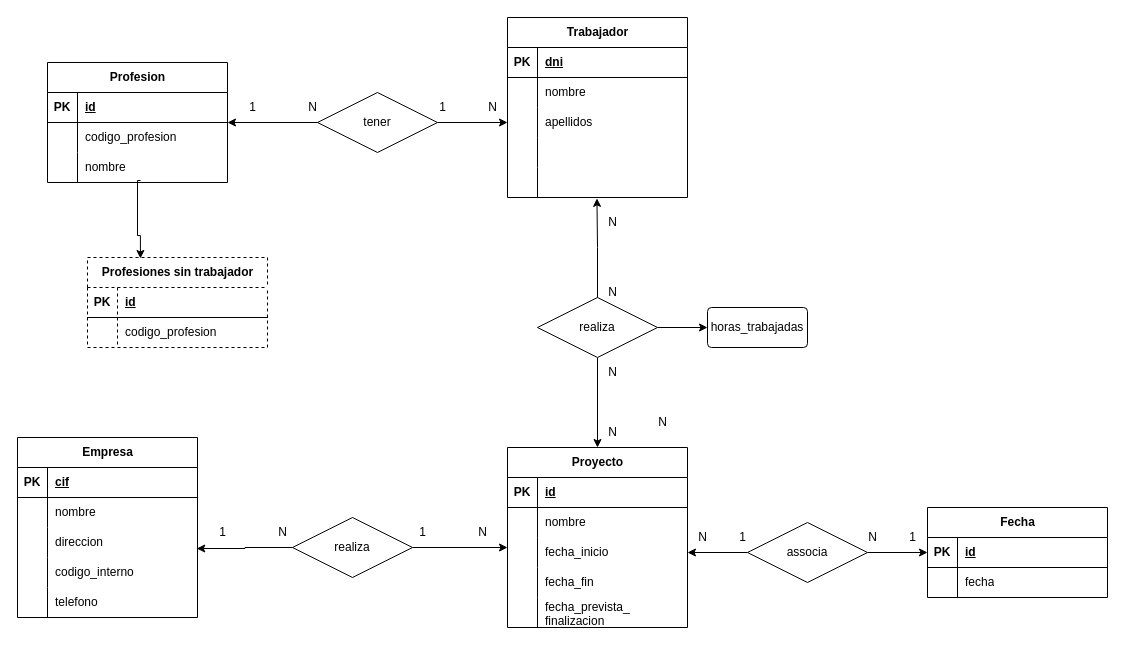
The draw.io diagram ej12.drawio in adriii28/amr-tsys-C3U12-11102023, before the edit. Source tidied: cells renumbered, new cells numbered last; positions are measured from the earlier drawing's top-left corner, leaving out a move shared by most shapes. Both pictures are drawn from the tidied source at 100%, with x=0, y=0 at pixel (17, 17).
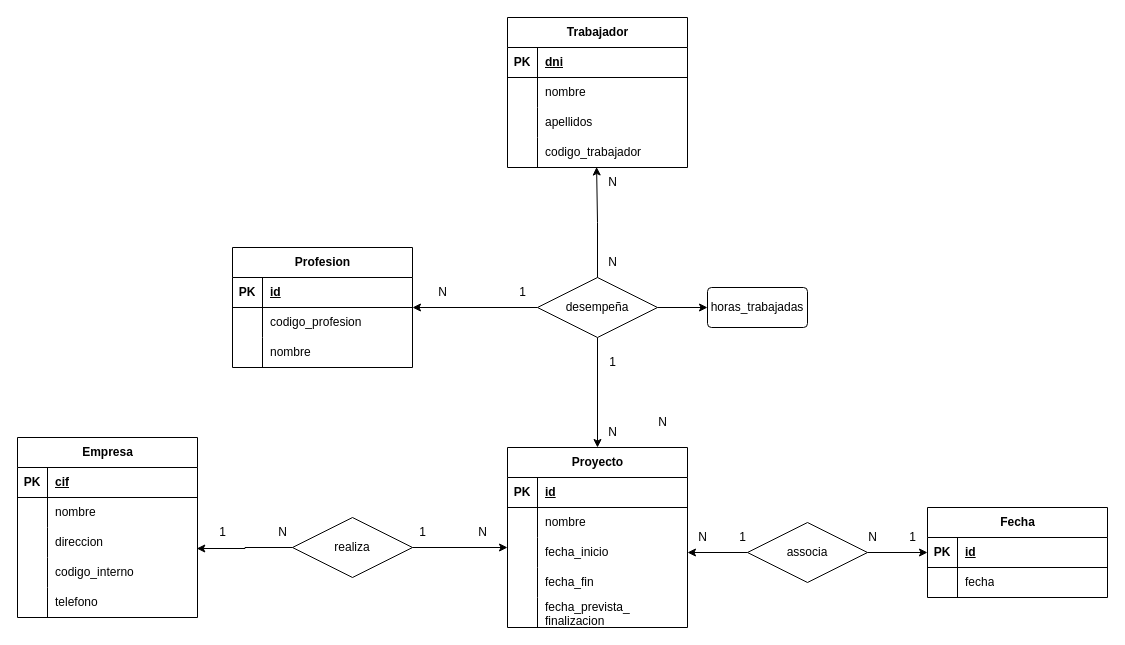
The same page after the edit.

Unchanged cells that the change refers to:
```xml
<mxCell id="10" style="shape=tableRow;horizontal=0;startSize=0;swimlaneHead=0;swimlaneBody=0;fillColor=none;points=[[0,0.5],[1,0.5]];portConstraint=eastwest;top=0;left=0;right=0;bottom=0;" parent="3" vertex="1">
  <mxGeometry y="90" width="180" height="30" as="geometry" />
</mxCell>
<mxCell id="20" style="shape=tableRow;horizontal=0;startSize=0;swimlaneHead=0;swimlaneBody=0;fillColor=none;points=[[0,0.5],[1,0.5]];portConstraint=eastwest;top=0;left=0;right=0;bottom=0;" parent="13" vertex="1">
  <mxGeometry y="90" width="180" height="30" as="geometry" />
</mxCell>
<mxCell id="23" style="shape=tableRow;horizontal=0;startSize=0;swimlaneHead=0;swimlaneBody=0;fillColor=none;points=[[0,0.5],[1,0.5]];portConstraint=eastwest;top=0;left=0;right=0;bottom=0;" parent="13" vertex="1">
  <mxGeometry y="120" width="180" height="30" as="geometry" />
</mxCell>
```

The edit, as a diff of the source:
```diff
@@
-    <mxCell id="2" style="edgeStyle=orthogonalEdgeStyle;rounded=0;jettySize=auto;html=1;exitX=0;exitY=0.5;exitDx=0;exitDy=0;" parent="1" edge="1" source="73" target="3">
+    <mxCell id="2" style="edgeStyle=orthogonalEdgeStyle;rounded=0;jettySize=auto;html=1;exitX=0;exitY=0.5;exitDx=0;exitDy=0;" parent="1" edge="1" source="67" target="3">
       <mxGeometry relative="1" as="geometry" />
     </mxCell>
     <mxCell id="3" value="Profesion" style="shape=table;startSize=30;childLayout=tableLayout;rowLines=0;fontStyle=1;align=center;html=1;" parent="1" vertex="1">
-      <mxGeometry x="30" y="45" width="180" height="120" as="geometry" />
+      <mxGeometry x="215" y="230" width="180" height="120" as="geometry" />
     </mxCell>
@@
     <mxCell id="13" value="Trabajador" style="shape=table;startSize=30;childLayout=tableLayout;rowLines=0;fontStyle=1;align=center;html=1;" parent="1" vertex="1">
-      <mxGeometry x="490" width="180" height="180" as="geometry" />
+      <mxGeometry x="490" width="180" height="150" as="geometry" />
     </mxCell>
@@
-    <mxCell id="25" style="shape=partialRectangle;fillColor=none;top=0;left=0;bottom=0;right=0;align=left;spacingLeft=6;overflow=hidden;whiteSpace=wrap;html=1;" parent="23" vertex="1">
+    <mxCell id="25" value="codigo_trabajador" style="shape=partialRectangle;fillColor=none;top=0;left=0;bottom=0;right=0;align=left;spacingLeft=6;overflow=hidden;whiteSpace=wrap;html=1;" parent="23" vertex="1">
       <mxGeometry x="30" width="150" height="30" as="geometry" />
     </mxCell>
-    <mxCell id="26" style="shape=tableRow;horizontal=0;startSize=0;swimlaneHead=0;swimlaneBody=0;fillColor=none;points=[[0,0.5],[1,0.5]];portConstraint=eastwest;top=0;left=0;right=0;bottom=0;" parent="13" vertex="1">
-      <mxGeometry y="150" width="180" height="30" as="geometry" />
-    </mxCell>
-    <mxCell id="27" style="shape=partialRectangle;fillColor=none;top=0;left=0;bottom=0;right=0;overflow=hidden;whiteSpace=wrap;html=1;" parent="26" vertex="1">
-      <mxGeometry width="30" height="30" as="geometry" />
-    </mxCell>
-    <mxCell id="28" style="shape=partialRectangle;fillColor=none;top=0;left=0;bottom=0;right=0;align=left;spacingLeft=6;overflow=hidden;whiteSpace=wrap;html=1;" parent="26" vertex="1">
-      <mxGeometry x="30" width="150" height="30" as="geometry" />
-    </mxCell>
@@
-    <mxCell id="67" value="realiza" style="shape=rhombus;perimeter=rhombusPerimeter;whiteSpace=wrap;html=1;align=center;" parent="1" vertex="1">
-      <mxGeometry x="520" y="280" width="120" height="60" as="geometry" />
+    <mxCell id="67" value="desempeña" style="shape=rhombus;perimeter=rhombusPerimeter;whiteSpace=wrap;html=1;align=center;" parent="1" vertex="1">
+      <mxGeometry x="520" y="260" width="120" height="60" as="geometry" />
     </mxCell>
-    <mxCell id="68" style="edgeStyle=orthogonalEdgeStyle;rounded=0;jettySize=auto;html=1;entryX=0.497;entryY=1.029;entryDx=0;entryDy=0;entryPerimeter=0;" parent="1" edge="1" source="67" target="26">
+    <mxCell id="68" style="edgeStyle=orthogonalEdgeStyle;rounded=0;jettySize=auto;html=1;entryX=0.495;entryY=0.983;entryDx=0;entryDy=0;entryPerimeter=0;" parent="1" edge="1" source="67" target="23">
       <mxGeometry relative="1" as="geometry" />
     </mxCell>
@@
     <mxCell id="70" value="horas_trabajadas" style="rounded=1;arcSize=10;whiteSpace=wrap;html=1;align=center;" parent="1" vertex="1">
-      <mxGeometry x="690" y="290" width="100" height="40" as="geometry" />
+      <mxGeometry x="690" y="270" width="100" height="40" as="geometry" />
     </mxCell>
-    <mxCell id="71" style="edgeStyle=orthogonalEdgeStyle;rounded=0;jettySize=auto;html=1;entryX=0;entryY=0.5;entryDx=0;entryDy=0;" parent="1" edge="1" source="73" target="20">
-      <mxGeometry relative="1" as="geometry" />
-    </mxCell>
@@
-    <mxCell id="73" value="tener" style="shape=rhombus;perimeter=rhombusPerimeter;whiteSpace=wrap;html=1;align=center;" parent="1" vertex="1">
-      <mxGeometry x="300" y="75" width="120" height="60" as="geometry" />
-    </mxCell>
@@
-    <mxCell id="86" value="Profesiones sin trabajador" style="shape=table;startSize=30;childLayout=tableLayout;rowLines=0;fontStyle=1;align=center;html=1;dashed=1;" parent="1" vertex="1">
-      <mxGeometry x="70" y="240" width="180" height="90" as="geometry" />
-    </mxCell>
-    <mxCell id="87" style="shape=tableRow;horizontal=0;startSize=0;swimlaneHead=0;swimlaneBody=0;fillColor=none;top=0;left=0;right=0;bottom=1;" parent="86" vertex="1">
-      <mxGeometry y="30" width="180" height="30" as="geometry" />
-    </mxCell>
-    <mxCell id="88" value="PK" style="shape=partialRectangle;fillColor=none;top=0;left=0;bottom=0;right=0;fontStyle=1;overflow=hidden;whiteSpace=wrap;html=1;" parent="87" vertex="1">
-      <mxGeometry width="30" height="30" as="geometry" />
-    </mxCell>
-    <mxCell id="89" value="id" style="shape=partialRectangle;fillColor=none;top=0;left=0;bottom=0;right=0;align=left;spacingLeft=6;fontStyle=5;overflow=hidden;whiteSpace=wrap;html=1;" parent="87" vertex="1">
-      <mxGeometry x="30" width="150" height="30" as="geometry" />
-    </mxCell>
-    <mxCell id="90" style="shape=tableRow;horizontal=0;startSize=0;swimlaneHead=0;swimlaneBody=0;fillColor=none;top=0;left=0;right=0;bottom=0;" parent="86" vertex="1">
-      <mxGeometry y="60" width="180" height="30" as="geometry" />
-    </mxCell>
-    <mxCell id="91" style="shape=partialRectangle;fillColor=none;top=0;left=0;bottom=0;right=0;overflow=hidden;whiteSpace=wrap;html=1;" parent="90" vertex="1">
-      <mxGeometry width="30" height="30" as="geometry" />
-    </mxCell>
-    <mxCell id="92" value="codigo_profesion" style="shape=partialRectangle;fillColor=none;top=0;left=0;bottom=0;right=0;align=left;spacingLeft=6;overflow=hidden;whiteSpace=wrap;html=1;" parent="90" vertex="1">
-      <mxGeometry x="30" width="150" height="30" as="geometry" />
-    </mxCell>
@@
-    <mxCell id="104" value="N" style="text;html=1;align=center;verticalAlign=middle;strokeColor=none;fillColor=none;" parent="1" vertex="1">
-      <mxGeometry x="580" y="340" width="30" height="30" as="geometry" />
+    <mxCell id="104" value="1" style="text;html=1;align=center;verticalAlign=middle;strokeColor=none;fillColor=none;" parent="1" vertex="1">
+      <mxGeometry x="580" y="330" width="30" height="30" as="geometry" />
     </mxCell>
@@
     <mxCell id="107" value="N" style="text;html=1;align=center;verticalAlign=middle;strokeColor=none;fillColor=none;" parent="1" vertex="1">
-      <mxGeometry x="580" y="260" width="30" height="30" as="geometry" />
+      <mxGeometry x="580" y="230" width="30" height="30" as="geometry" />
     </mxCell>
     <mxCell id="108" value="N" style="text;html=1;align=center;verticalAlign=middle;strokeColor=none;fillColor=none;" parent="1" vertex="1">
-      <mxGeometry x="580" y="190" width="30" height="30" as="geometry" />
+      <mxGeometry x="580" y="150" width="30" height="30" as="geometry" />
     </mxCell>
@@
-    <mxCell id="110" value="1" style="text;html=1;align=center;verticalAlign=middle;strokeColor=none;fillColor=none;" parent="1" vertex="1">
-      <mxGeometry x="220" y="75" width="30" height="30" as="geometry" />
-    </mxCell>
-    <mxCell id="111" value="N" style="text;html=1;align=center;verticalAlign=middle;strokeColor=none;fillColor=none;" parent="1" vertex="1">
-      <mxGeometry x="280" y="75" width="30" height="30" as="geometry" />
-    </mxCell>
-    <mxCell id="112" value="1" style="text;html=1;align=center;verticalAlign=middle;strokeColor=none;fillColor=none;" parent="1" vertex="1">
-      <mxGeometry x="410" y="75" width="30" height="30" as="geometry" />
-    </mxCell>
-    <mxCell id="113" value="N" style="text;html=1;align=center;verticalAlign=middle;strokeColor=none;fillColor=none;" parent="1" vertex="1">
-      <mxGeometry x="460" y="75" width="30" height="30" as="geometry" />
-    </mxCell>
@@
-    <mxCell id="120" style="edgeStyle=orthogonalEdgeStyle;rounded=0;jettySize=auto;html=1;entryX=0.294;entryY=0.011;entryDx=0;entryDy=0;exitX=0.517;exitY=0.933;exitDx=0;exitDy=0;exitPerimeter=0;entryPerimeter=0;" parent="1" edge="1" source="10" target="86">
-      <mxGeometry relative="1" as="geometry">
-        <Array as="points">
-          <mxPoint x="120" y="163" />
-          <mxPoint x="120" y="218" />
-          <mxPoint x="123" y="218" />
-        </Array>
-      </mxGeometry>
-    </mxCell>
+    <mxCell id="121" value="1" style="text;html=1;align=center;verticalAlign=middle;strokeColor=none;fillColor=none;" parent="1" vertex="1">
+      <mxGeometry x="490" y="260" width="30" height="30" as="geometry" />
+    </mxCell>
+    <mxCell id="122" value="N" style="text;html=1;align=center;verticalAlign=middle;strokeColor=none;fillColor=none;" parent="1" vertex="1">
+      <mxGeometry x="410" y="260" width="30" height="30" as="geometry" />
+    </mxCell>
```
